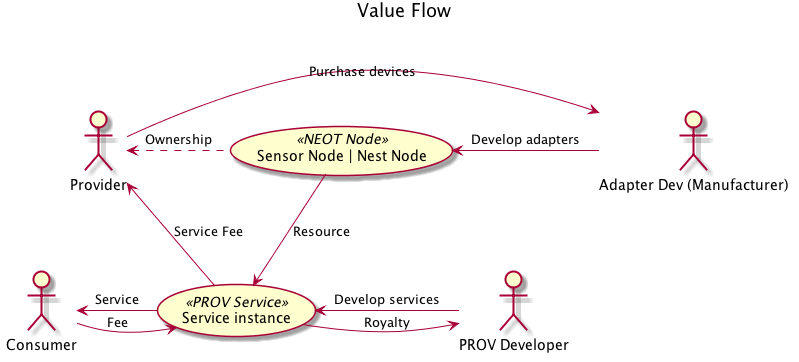
NEOCompToronto/NEOCompetition keeps this PlantUML diagram as PlantUML/out/Roles/ValueFlow.png. Above is the earlier version.
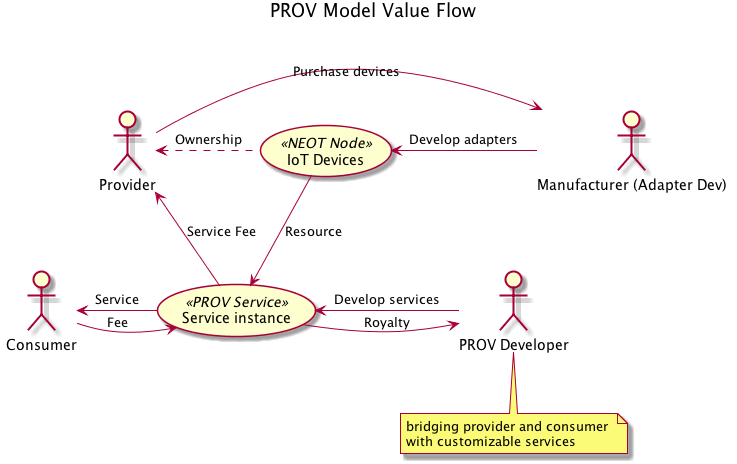
The same file after the commit.

What changed in the source:
```diff
@@ -1,22 +1,26 @@
 @startuml
 
-title Value Flow
+title PROV Model Value Flow
 top to bottom direction
 actor TermOwner as "Provider"
-actor AdaDev as "Adapter Dev (Manufacturer)"
+actor AdaDev as "Manufacturer (Adapter Dev)"
 actor SerDev as "PROV Developer"
+note bottom
+bridging provider and consumer
+with customizable services
+end note
+
 actor User as "Consumer"
 
-usecase NEOT as "Sensor Node | Nest Node" <<NEOT Node>>
+usecase NEOT as "IoT Devices" <<NEOT Node>>
 usecase Service as "Service instance" << PROV Service>>
 
-
-AdaDev -left-> NEOT: Develop adapters
+AdaDev -l-> NEOT: Develop adapters
 TermOwner -> AdaDev: Purchase devices
 SerDev -> Service: Develop services
 
 Service -right-> SerDev: Royalty
-NEOT -> Service: Resource
+NEOT -down-> Service: Resource
 NEOT -left..> TermOwner: Ownership
 Service -up-> TermOwner: Service Fee
 Service -left-> User: Service
```
